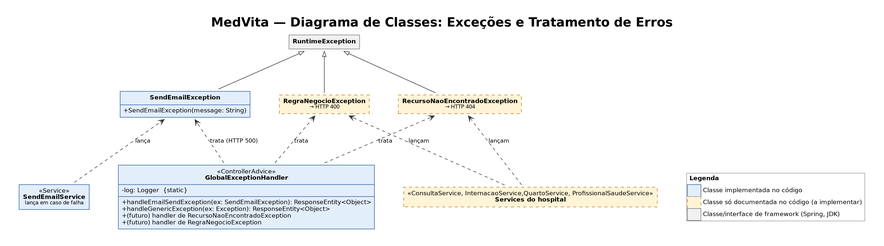
Earlier version of the Graphviz export DOCUMENTOS/DiagramaUML/04-diagrama-classes-excecoes.png (leonardoMartins-Dev/Sistema_Hospitalar). Its source is kept beside it as DOCUMENTOS/DiagramaUML/04-diagrama-classes-excecoes.dot.
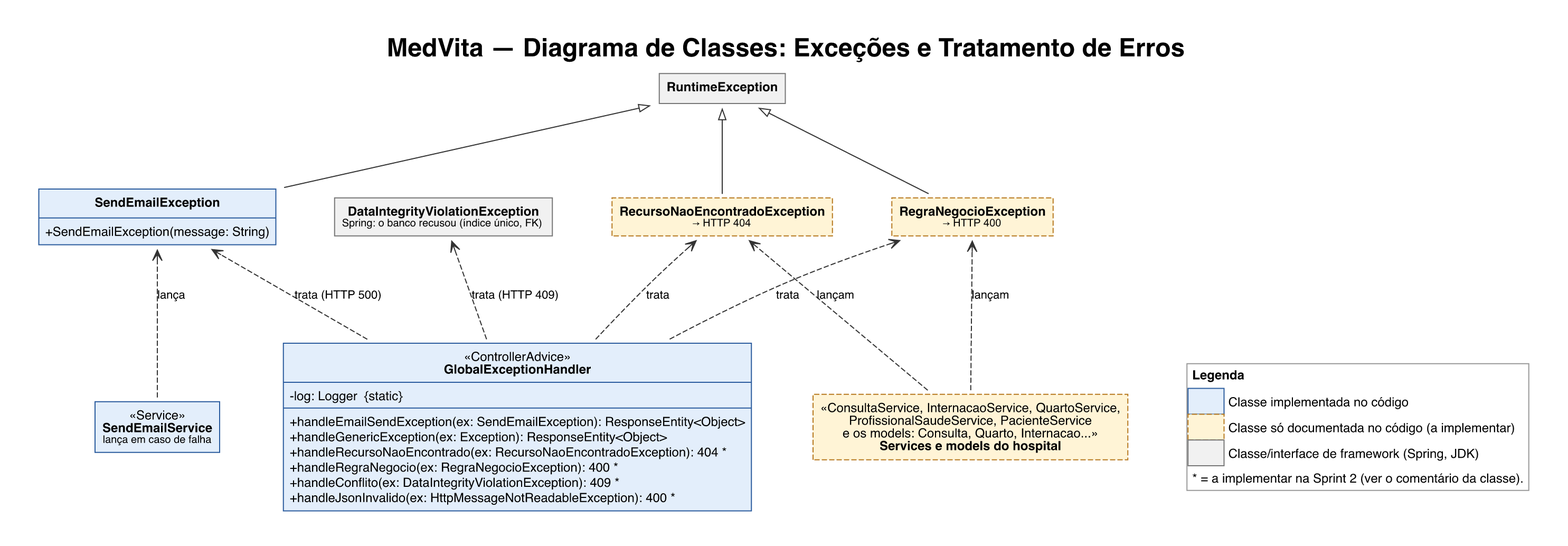
Above is the later version.

Change to the diagram source:
```diff
@@ -1,17 +1,16 @@
 digraph G {
   rankdir=BT; splines=true; nodesep=0.55; ranksep=0.9; pad=0.4;
-  labelloc=t; fontsize=24; fontname="DejaVu Sans"; label=<<B>MedVita — Diagrama de Classes: Exceções e Tratamento de Erros</B>>;
-  node [fontname="DejaVu Sans" fontsize=12];
-  edge [fontname="DejaVu Sans" fontsize=11 color="#333333" labeldistance=2.2];
+  labelloc=t; fontsize=24; fontname="Helvetica"; label=<<B>MedVita — Diagrama de Classes: Exceções e Tratamento de Erros</B>>;
+  node [fontname="Helvetica" fontsize=12];
+  edge [fontname="Helvetica" fontsize=11 color="#333333" labeldistance=2.2];
   ranksep=1.0;
 RTE [shape=plaintext label=<<TABLE BORDER="1" CELLBORDER="0" CELLSPACING="0" CELLPADDING="5" BGCOLOR="#F1F1F1" COLOR="#777777" STYLE="solid"><TR><TD ALIGN="CENTER" CELLPADDING="6"><B>RuntimeException</B></TD></TR></TABLE>>];
 SendEx [shape=plaintext label=<<TABLE BORDER="1" CELLBORDER="0" CELLSPACING="0" CELLPADDING="5" BGCOLOR="#E3EEFB" COLOR="#2B5C9E" STYLE="solid"><TR><TD ALIGN="CENTER" CELLPADDING="6"><B>SendEmailException</B></TD></TR><HR/><TR><TD ALIGN="LEFT" BALIGN="LEFT">+SendEmailException(message: String)<BR ALIGN="LEFT"/></TD></TR></TABLE>>];
 NotFound [shape=plaintext label=<<TABLE BORDER="1" CELLBORDER="0" CELLSPACING="0" CELLPADDING="5" BGCOLOR="#FFF4D6" COLOR="#B7791F" STYLE="dashed"><TR><TD ALIGN="CENTER" CELLPADDING="6"><B>RecursoNaoEncontradoException</B><BR/><FONT POINT-SIZE="10">→ HTTP 404</FONT></TD></TR></TABLE>>];
 Regra [shape=plaintext label=<<TABLE BORDER="1" CELLBORDER="0" CELLSPACING="0" CELLPADDING="5" BGCOLOR="#FFF4D6" COLOR="#B7791F" STYLE="dashed"><TR><TD ALIGN="CENTER" CELLPADDING="6"><B>RegraNegocioException</B><BR/><FONT POINT-SIZE="10">→ HTTP 400</FONT></TD></TR></TABLE>>];
-Handler [shape=plaintext label=<<TABLE BORDER="1" CELLBORDER="0" CELLSPACING="0" CELLPADDING="5" BGCOLOR="#E3EEFB" COLOR="#2B5C9E" STYLE="solid"><TR><TD ALIGN="CENTER" CELLPADDING="6">«ControllerAdvice»<BR/><B>GlobalExceptionHandler</B></TD></TR><HR/><TR><TD ALIGN="LEFT" BALIGN="LEFT">-log: Logger  {static}<BR ALIGN="LEFT"/></TD></TR><HR/><TR><TD ALIGN="LEFT" BALIGN="LEFT">+handleEmailSendException(ex: SendEmailException): ResponseEntity&lt;Object&gt;<BR ALIGN="LEFT"/>+handleGenericException(ex: Exception): ResponseEntity&lt;Object&gt;<BR ALIGN="LEFT"/>+(futuro) handler de RecursoNaoEncontradoException<BR ALIGN="LEFT"/>+(futuro) handler de RegraNegocioException<BR ALIGN="LEFT"/></TD></TR></TABLE>>];
+Handler [shape=plaintext label=<<TABLE BORDER="1" CELLBORDER="0" CELLSPACING="0" CELLPADDING="5" BGCOLOR="#E3EEFB" COLOR="#2B5C9E" STYLE="solid"><TR><TD ALIGN="CENTER" CELLPADDING="6">«ControllerAdvice»<BR/><B>GlobalExceptionHandler</B></TD></TR><HR/><TR><TD ALIGN="LEFT" BALIGN="LEFT">-log: Logger  {static}<BR ALIGN="LEFT"/></TD></TR><HR/><TR><TD ALIGN="LEFT" BALIGN="LEFT">+handleEmailSendException(ex: SendEmailException): ResponseEntity&lt;Object&gt;<BR ALIGN="LEFT"/>+handleGenericException(ex: Exception): ResponseEntity&lt;Object&gt;<BR ALIGN="LEFT"/>+handleRecursoNaoEncontrado(ex: RecursoNaoEncontradoException): 404 *<BR ALIGN="LEFT"/>+handleRegraNegocio(ex: RegraNegocioException): 400 *<BR ALIGN="LEFT"/>+handleConflito(ex: DataIntegrityViolationException): 409 *<BR ALIGN="LEFT"/>+handleJsonInvalido(ex: HttpMessageNotReadableException): 400 *<BR ALIGN="LEFT"/></TD></TR></TABLE>>];
 Mail [shape=plaintext label=<<TABLE BORDER="1" CELLBORDER="0" CELLSPACING="0" CELLPADDING="5" BGCOLOR="#E3EEFB" COLOR="#2B5C9E" STYLE="solid"><TR><TD ALIGN="CENTER" CELLPADDING="6">«Service»<BR/><B>SendEmailService</B><BR/><FONT POINT-SIZE="10">lança em caso de falha</FONT></TD></TR></TABLE>>];
-Svcs [shape=plaintext label=<<TABLE BORDER="1" CELLBORDER="0" CELLSPACING="0" CELLPADDING="5" BGCOLOR="#FFF4D6" COLOR="#B7791F" STYLE="dashed"><TR><TD ALIGN="CENTER" CELLPADDING="6">«ConsultaService, InternacaoService,
-QuartoService, ProfissionalSaudeService»<BR/><B>Services do hospital</B></TD></TR></TABLE>>];
+Svcs [shape=plaintext label=<<TABLE BORDER="1" CELLBORDER="0" CELLSPACING="0" CELLPADDING="5" BGCOLOR="#FFF4D6" COLOR="#B7791F" STYLE="dashed"><TR><TD ALIGN="CENTER" CELLPADDING="6">«ConsultaService, InternacaoService, QuartoService,<BR/>ProfissionalSaudeService, PacienteService<BR/>e os models: Consulta, Quarto, Internacao...»<BR/><B>Services e models do hospital</B></TD></TR></TABLE>>];
 {rank=same; SendEx; NotFound; Regra;}
 SendEx -> RTE [arrowhead=empty];
 NotFound -> RTE [arrowhead=empty];
@@ -22,5 +21,7 @@
 Mail -> SendEx [style=dashed arrowhead=vee label=<lança>];
 Svcs -> NotFound [style=dashed arrowhead=vee label=<lançam>];
 Svcs -> Regra [style=dashed arrowhead=vee label=<lançam>];
-legend [shape=plaintext label=<<TABLE BORDER="1" CELLBORDER="0" CELLSPACING="0" CELLPADDING="4" COLOR="#999999"><TR><TD COLSPAN="2" ALIGN="LEFT"><B>Legenda</B></TD></TR><TR><TD WIDTH="26" BGCOLOR="#E3EEFB" COLOR="#2B5C9E" STYLE="solid" BORDER="1"> </TD><TD ALIGN="LEFT">Classe implementada no código</TD></TR><TR><TD WIDTH="26" BGCOLOR="#FFF4D6" COLOR="#B7791F" STYLE="dashed" BORDER="1"> </TD><TD ALIGN="LEFT">Classe só documentada no código (a implementar)</TD></TR><TR><TD WIDTH="26" BGCOLOR="#F1F1F1" COLOR="#777777" STYLE="solid" BORDER="1"> </TD><TD ALIGN="LEFT">Classe/interface de framework (Spring, JDK)</TD></TR></TABLE>>];
+DIVE [shape=plaintext label=<<TABLE BORDER="1" CELLBORDER="0" CELLSPACING="0" CELLPADDING="5" BGCOLOR="#F1F1F1" COLOR="#777777" STYLE="solid"><TR><TD ALIGN="CENTER" CELLPADDING="6"><B>DataIntegrityViolationException</B><BR/><FONT POINT-SIZE="10">Spring: o banco recusou (índice único, FK)</FONT></TD></TR></TABLE>>];
+Handler -> DIVE [style=dashed arrowhead=vee label=<trata (HTTP 409)>];
+legend [shape=plaintext label=<<TABLE BORDER="1" CELLBORDER="0" CELLSPACING="0" CELLPADDING="4" COLOR="#999999"><TR><TD COLSPAN="2" ALIGN="LEFT"><B>Legenda</B></TD></TR><TR><TD WIDTH="26" BGCOLOR="#E3EEFB" COLOR="#2B5C9E" STYLE="solid" BORDER="1"> </TD><TD ALIGN="LEFT">Classe implementada no código</TD></TR><TR><TD WIDTH="26" BGCOLOR="#FFF4D6" COLOR="#B7791F" STYLE="dashed" BORDER="1"> </TD><TD ALIGN="LEFT">Classe só documentada no código (a implementar)</TD></TR><TR><TD WIDTH="26" BGCOLOR="#F1F1F1" COLOR="#777777" STYLE="solid" BORDER="1"> </TD><TD ALIGN="LEFT">Classe/interface de framework (Spring, JDK)</TD></TR><TR><TD COLSPAN="2" ALIGN="LEFT">* = a implementar na Sprint 2 (ver o comentário da classe).</TD></TR></TABLE>>];
 }
```
